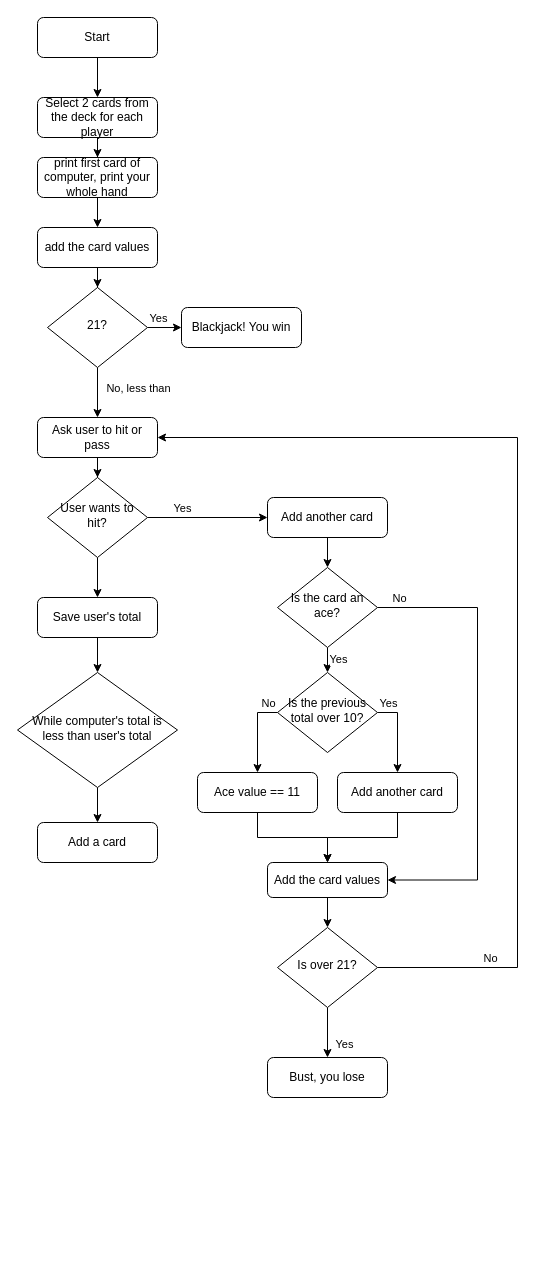
Before: Untitled Diagram.drawio in technodactyl/hangman, a draw.io diagram. Source tidied: cells renumbered, new cells numbered last; positions are measured from the earlier drawing's top-left corner, leaving out a move shared by most shapes. Both pictures are drawn from the tidied source at 100%, with x=0, y=0 at pixel (17, 17).
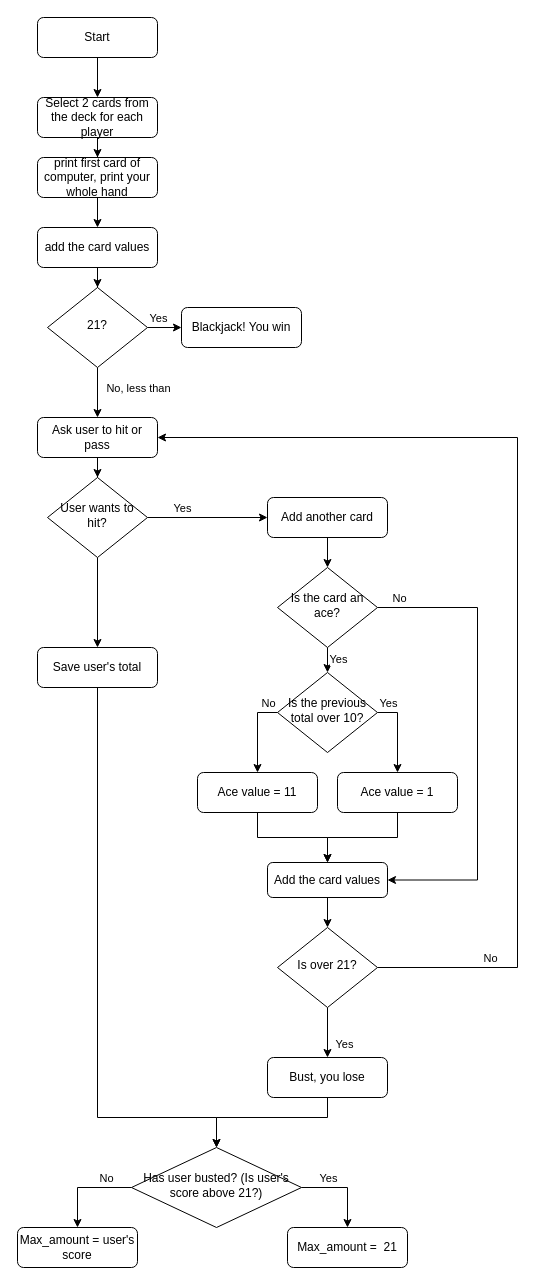
Above is the later version.

The change refers to these unchanged cells:
```xml
<mxCell id="34" value="Bust, you lose" style="rounded=1;whiteSpace=wrap;html=1;fontSize=12;glass=0;strokeWidth=1;shadow=0;direction=east;" parent="1" vertex="1">
  <mxGeometry x="250" y="1040" width="120" height="40" as="geometry" />
</mxCell>
```

Change to the diagram source:
```diff
@@
+    <mxCell id="51" style="edgeStyle=orthogonalEdgeStyle;rounded=0;jettySize=auto;html=1;entryX=0.5;entryY=0;entryDx=0;entryDy=0;" parent="1" edge="1" source="34" target="57">
+      <mxGeometry relative="1" as="geometry">
+        <Array as="points">
+          <mxPoint x="310" y="1100" />
+          <mxPoint x="199" y="1100" />
+        </Array>
+      </mxGeometry>
+    </mxCell>
@@
-    <mxCell id="35" value="Add a card" style="rounded=1;whiteSpace=wrap;html=1;fontSize=12;glass=0;strokeWidth=1;shadow=0;" parent="1" vertex="1">
-      <mxGeometry x="20" y="805" width="120" height="40" as="geometry" />
-    </mxCell>
-    <mxCell id="36" style="edgeStyle=orthogonalEdgeStyle;rounded=0;jettySize=auto;html=1;" parent="1" edge="1" source="37" target="50">
-      <mxGeometry relative="1" as="geometry" />
-    </mxCell>
+    <mxCell id="52" style="edgeStyle=orthogonalEdgeStyle;rounded=0;jettySize=auto;html=1;" parent="1" edge="1" source="37" target="57">
+      <mxGeometry relative="1" as="geometry">
+        <Array as="points">
+          <mxPoint x="80" y="1100" />
+          <mxPoint x="199" y="1100" />
+        </Array>
+      </mxGeometry>
+    </mxCell>
     <mxCell id="37" value="Save user's total" style="rounded=1;whiteSpace=wrap;html=1;fontSize=12;glass=0;strokeWidth=1;shadow=0;" parent="1" vertex="1">
-      <mxGeometry x="20" y="580" width="120" height="40" as="geometry" />
+      <mxGeometry x="20" y="630" width="120" height="40" as="geometry" />
     </mxCell>
@@
-    <mxCell id="44" value="Ace value == 11" style="rounded=1;whiteSpace=wrap;html=1;fontSize=12;glass=0;strokeWidth=1;shadow=0;" parent="1" vertex="1">
+    <mxCell id="44" value="Ace value = 11" style="rounded=1;whiteSpace=wrap;html=1;fontSize=12;glass=0;strokeWidth=1;shadow=0;" parent="1" vertex="1">
       <mxGeometry x="180" y="755" width="120" height="40" as="geometry" />
     </mxCell>
@@
-    <mxCell id="46" value="Add another card" style="rounded=1;whiteSpace=wrap;html=1;fontSize=12;glass=0;strokeWidth=1;shadow=0;" parent="1" vertex="1">
+    <mxCell id="46" value="Ace value = 1" style="rounded=1;whiteSpace=wrap;html=1;fontSize=12;glass=0;strokeWidth=1;shadow=0;" parent="1" vertex="1">
       <mxGeometry x="320" y="755" width="120" height="40" as="geometry" />
     </mxCell>
@@
-    <mxCell id="49" style="edgeStyle=orthogonalEdgeStyle;rounded=0;jettySize=auto;html=1;entryX=0.5;entryY=0;entryDx=0;entryDy=0;" parent="1" edge="1" source="50" target="35">
-      <mxGeometry relative="1" as="geometry" />
-    </mxCell>
-    <mxCell id="50" value="While computer's total is less than user's total" style="rhombus;whiteSpace=wrap;html=1;shadow=0;fontFamily=Helvetica;fontSize=12;align=center;strokeWidth=1;spacing=6;spacingTop=-4;" parent="1" vertex="1">
-      <mxGeometry y="655" width="160" height="115" as="geometry" />
-    </mxCell>
+    <mxCell id="53" style="edgeStyle=orthogonalEdgeStyle;rounded=0;jettySize=auto;html=1;entryX=0.5;entryY=0;entryDx=0;entryDy=0;exitX=1;exitY=0.5;exitDx=0;exitDy=0;" parent="1" edge="1" source="57" target="58">
+      <mxGeometry relative="1" as="geometry" />
+    </mxCell>
+    <mxCell id="54" value="Yes" style="edgeLabel;html=1;align=center;verticalAlign=middle;" parent="53" vertex="1">
+      <mxGeometry x="-0.44" y="-3" relative="1" as="geometry">
+        <mxPoint x="2" y="-13" as="offset" />
+      </mxGeometry>
+    </mxCell>
+    <mxCell id="55" style="edgeStyle=orthogonalEdgeStyle;rounded=0;jettySize=auto;html=1;exitX=0;exitY=0.5;exitDx=0;exitDy=0;entryX=0.5;entryY=0;entryDx=0;entryDy=0;" parent="1" edge="1" source="57" target="59">
+      <mxGeometry relative="1" as="geometry" />
+    </mxCell>
+    <mxCell id="56" value="No" style="edgeLabel;html=1;align=center;verticalAlign=middle;" parent="55" vertex="1">
+      <mxGeometry x="-0.45" relative="1" as="geometry">
+        <mxPoint y="-10" as="offset" />
+      </mxGeometry>
+    </mxCell>
+    <mxCell id="57" value="Has user busted? (Is user's score above 21?)" style="rhombus;whiteSpace=wrap;html=1;shadow=0;fontFamily=Helvetica;fontSize=12;align=center;strokeWidth=1;spacing=6;spacingTop=-4;" parent="1" vertex="1">
+      <mxGeometry x="114" y="1130" width="170" height="80" as="geometry" />
+    </mxCell>
+    <mxCell id="58" value="Max_amount =&amp;nbsp; 21" style="rounded=1;whiteSpace=wrap;html=1;fontSize=12;glass=0;strokeWidth=1;shadow=0;direction=east;" parent="1" vertex="1">
+      <mxGeometry x="270" y="1210" width="120" height="40" as="geometry" />
+    </mxCell>
+    <mxCell id="59" value="Max_amount = user's score" style="rounded=1;whiteSpace=wrap;html=1;fontSize=12;glass=0;strokeWidth=1;shadow=0;direction=east;" parent="1" vertex="1">
+      <mxGeometry y="1210" width="120" height="40" as="geometry" />
+    </mxCell>
```
